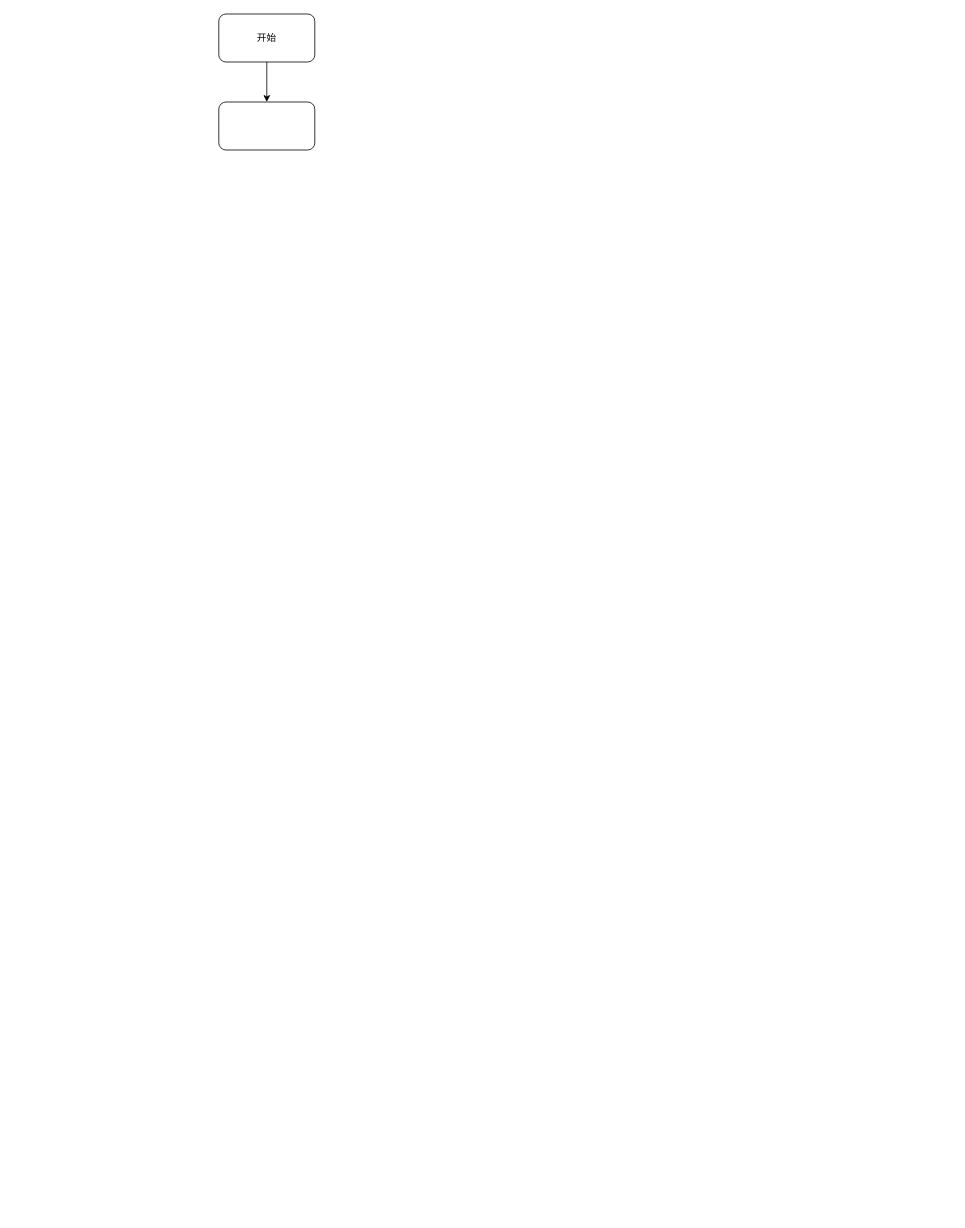
Before: 23113400 搜索接推荐理由 服务端技术文档.drawio in ETHAN0430/draw.io.repo, a draw.io diagram. Source tidied: cells renumbered, new cells numbered last; positions are measured from the earlier drawing's top-left corner, leaving out a move shared by most shapes. Both pictures are drawn from the tidied source at 80%, with x=0, y=0 at pixel (218, 14).
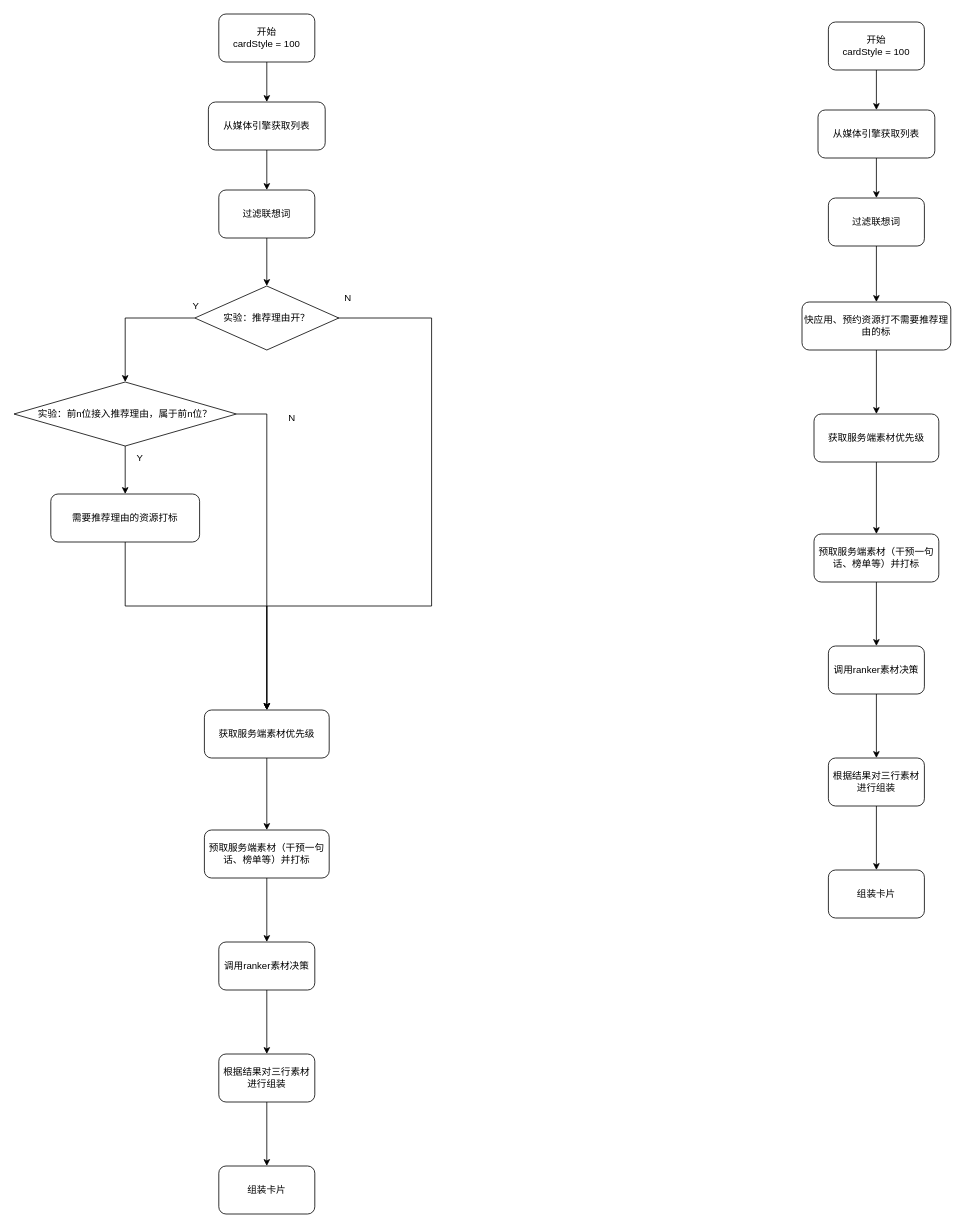
Above is the later version.

Commit message (it also covers changes not shown here):
更新23113400 搜索接推荐理由 服务端技术文档.drawio

Diff of the diagram source:
```diff
@@
-    <mxCell id="3" value="开始" style="rounded=1;whiteSpace=wrap;html=1;" parent="1" vertex="1">
+    <mxCell id="3" value="开始&lt;br&gt;cardStyle = 100" style="rounded=1;whiteSpace=wrap;html=1;" parent="1" vertex="1">
       <mxGeometry width="120" height="60" as="geometry" />
     </mxCell>
+    <mxCell id="5" style="edgeStyle=orthogonalEdgeStyle;rounded=0;jettySize=auto;html=1;" parent="1" edge="1" source="4" target="7">
+      <mxGeometry relative="1" as="geometry" />
+    </mxCell>
-    <mxCell id="4" style="whiteSpace=wrap;html=1;rounded=1;" parent="1" vertex="1">
-      <mxGeometry y="110" width="120" height="60" as="geometry" />
+    <mxCell id="4" value="从媒体引擎获取列表" style="whiteSpace=wrap;html=1;rounded=1;" parent="1" vertex="1">
+      <mxGeometry x="-13" y="110" width="146" height="60" as="geometry" />
     </mxCell>
+    <mxCell id="6" style="edgeStyle=orthogonalEdgeStyle;rounded=0;jettySize=auto;html=1;entryX=0.5;entryY=0;entryDx=0;entryDy=0;" parent="1" edge="1" source="7" target="14">
+      <mxGeometry relative="1" as="geometry" />
+    </mxCell>
+    <mxCell id="7" value="过滤联想词" style="whiteSpace=wrap;html=1;rounded=1;" parent="1" vertex="1">
+      <mxGeometry y="220" width="120" height="60" as="geometry" />
+    </mxCell>
+    <mxCell id="8" style="edgeStyle=orthogonalEdgeStyle;rounded=0;jettySize=auto;html=1;entryX=0.5;entryY=0;entryDx=0;entryDy=0;" parent="1" edge="1" target="12">
+      <mxGeometry relative="1" as="geometry">
+        <mxPoint x="60" y="420" as="sourcePoint" />
+        <Array as="points">
+          <mxPoint x="60" y="380" />
+          <mxPoint x="266" y="380" />
+          <mxPoint x="266" y="740" />
+          <mxPoint x="60" y="740" />
+        </Array>
+      </mxGeometry>
+    </mxCell>
+    <mxCell id="9" style="edgeStyle=orthogonalEdgeStyle;rounded=0;jettySize=auto;html=1;entryX=0.5;entryY=0;entryDx=0;entryDy=0;" parent="1" edge="1" source="10" target="12">
+      <mxGeometry relative="1" as="geometry">
+        <Array as="points">
+          <mxPoint x="-117" y="740" />
+          <mxPoint x="60" y="740" />
+        </Array>
+      </mxGeometry>
+    </mxCell>
+    <mxCell id="10" value="需要推荐理由的资源打标" style="whiteSpace=wrap;html=1;rounded=1;" parent="1" vertex="1">
+      <mxGeometry x="-210" y="600" width="186" height="60" as="geometry" />
+    </mxCell>
+    <mxCell id="11" style="edgeStyle=orthogonalEdgeStyle;rounded=0;jettySize=auto;html=1;entryX=0.5;entryY=0;entryDx=0;entryDy=0;" parent="1" edge="1" source="12" target="23">
+      <mxGeometry relative="1" as="geometry" />
+    </mxCell>
+    <mxCell id="12" value="获取服务端素材优先级" style="whiteSpace=wrap;html=1;rounded=1;" parent="1" vertex="1">
+      <mxGeometry x="-18" y="870" width="156" height="60" as="geometry" />
+    </mxCell>
+    <mxCell id="13" style="edgeStyle=orthogonalEdgeStyle;rounded=0;jettySize=auto;html=1;entryX=0.5;entryY=0;entryDx=0;entryDy=0;" parent="1" edge="1" source="14" target="17">
+      <mxGeometry relative="1" as="geometry">
+        <Array as="points">
+          <mxPoint x="-117" y="380" />
+        </Array>
+      </mxGeometry>
+    </mxCell>
+    <mxCell id="14" value="实验：推荐理由开？" style="rhombus;whiteSpace=wrap;html=1;" parent="1" vertex="1">
+      <mxGeometry x="-30" y="340" width="180" height="80" as="geometry" />
+    </mxCell>
+    <mxCell id="15" style="edgeStyle=orthogonalEdgeStyle;rounded=0;jettySize=auto;html=1;entryX=0.5;entryY=0;entryDx=0;entryDy=0;" parent="1" edge="1" source="17" target="12">
+      <mxGeometry relative="1" as="geometry">
+        <Array as="points">
+          <mxPoint x="60" y="580" />
+          <mxPoint x="60" y="580" />
+        </Array>
+      </mxGeometry>
+    </mxCell>
+    <mxCell id="16" style="edgeStyle=orthogonalEdgeStyle;rounded=0;jettySize=auto;html=1;entryX=0.5;entryY=0;entryDx=0;entryDy=0;" parent="1" edge="1" source="17" target="10">
+      <mxGeometry relative="1" as="geometry" />
+    </mxCell>
+    <mxCell id="17" value="实验：前n位接入推荐理由，属于前n位？" style="rhombus;whiteSpace=wrap;html=1;" parent="1" vertex="1">
+      <mxGeometry x="-256" y="460" width="278" height="80" as="geometry" />
+    </mxCell>
+    <mxCell id="18" value="Y" style="text;html=1;align=center;verticalAlign=middle;strokeColor=none;fillColor=none;" parent="1" vertex="1">
+      <mxGeometry x="-44" y="350" width="30" height="30" as="geometry" />
+    </mxCell>
+    <mxCell id="19" value="Y" style="text;html=1;align=center;verticalAlign=middle;strokeColor=none;fillColor=none;" parent="1" vertex="1">
+      <mxGeometry x="-114" y="540" width="30" height="30" as="geometry" />
+    </mxCell>
+    <mxCell id="20" value="N" style="text;html=1;align=center;verticalAlign=middle;strokeColor=none;fillColor=none;" parent="1" vertex="1">
+      <mxGeometry x="146" y="340" width="30" height="30" as="geometry" />
+    </mxCell>
+    <mxCell id="21" value="N" style="text;html=1;align=center;verticalAlign=middle;strokeColor=none;fillColor=none;" parent="1" vertex="1">
+      <mxGeometry x="76" y="490" width="30" height="30" as="geometry" />
+    </mxCell>
+    <mxCell id="22" style="edgeStyle=orthogonalEdgeStyle;rounded=0;jettySize=auto;html=1;" parent="1" edge="1" source="23" target="25">
+      <mxGeometry relative="1" as="geometry" />
+    </mxCell>
+    <mxCell id="23" value="预取服务端素材（干预一句话、榜单等）并打标" style="whiteSpace=wrap;html=1;rounded=1;" parent="1" vertex="1">
+      <mxGeometry x="-18" y="1020" width="156" height="60" as="geometry" />
+    </mxCell>
+    <mxCell id="24" style="edgeStyle=orthogonalEdgeStyle;rounded=0;jettySize=auto;html=1;" parent="1" edge="1" source="25" target="27">
+      <mxGeometry relative="1" as="geometry" />
+    </mxCell>
+    <mxCell id="25" value="调用ranker素材决策" style="whiteSpace=wrap;html=1;rounded=1;" parent="1" vertex="1">
+      <mxGeometry y="1160" width="120" height="60" as="geometry" />
+    </mxCell>
+    <mxCell id="26" style="edgeStyle=orthogonalEdgeStyle;rounded=0;jettySize=auto;html=1;" parent="1" edge="1" source="27" target="28">
+      <mxGeometry relative="1" as="geometry" />
+    </mxCell>
+    <mxCell id="27" value="根据结果对三行素材进行组装" style="whiteSpace=wrap;html=1;rounded=1;" parent="1" vertex="1">
+      <mxGeometry y="1300" width="120" height="60" as="geometry" />
+    </mxCell>
+    <mxCell id="28" value="组装卡片" style="whiteSpace=wrap;html=1;rounded=1;" parent="1" vertex="1">
+      <mxGeometry y="1440" width="120" height="60" as="geometry" />
+    </mxCell>
+    <mxCell id="29" style="edgeStyle=orthogonalEdgeStyle;rounded=0;jettySize=auto;html=1;" parent="1" edge="1" source="30" target="32">
+      <mxGeometry relative="1" as="geometry" />
+    </mxCell>
+    <mxCell id="30" value="开始&lt;br&gt;cardStyle = 100" style="rounded=1;whiteSpace=wrap;html=1;" parent="1" vertex="1">
+      <mxGeometry x="762" y="10" width="120" height="60" as="geometry" />
+    </mxCell>
+    <mxCell id="31" style="edgeStyle=orthogonalEdgeStyle;rounded=0;jettySize=auto;html=1;" parent="1" edge="1" source="32" target="34">
+      <mxGeometry relative="1" as="geometry" />
+    </mxCell>
+    <mxCell id="32" value="从媒体引擎获取列表" style="whiteSpace=wrap;html=1;rounded=1;" parent="1" vertex="1">
+      <mxGeometry x="749" y="120" width="146" height="60" as="geometry" />
+    </mxCell>
+    <mxCell id="33" style="edgeStyle=orthogonalEdgeStyle;rounded=0;jettySize=auto;html=1;entryX=0.5;entryY=0;entryDx=0;entryDy=0;" parent="1" edge="1" source="34" target="36">
+      <mxGeometry relative="1" as="geometry" />
+    </mxCell>
+    <mxCell id="34" value="过滤联想词" style="whiteSpace=wrap;html=1;rounded=1;" parent="1" vertex="1">
+      <mxGeometry x="762" y="230" width="120" height="60" as="geometry" />
+    </mxCell>
+    <mxCell id="35" style="edgeStyle=orthogonalEdgeStyle;rounded=0;jettySize=auto;html=1;entryX=0.5;entryY=0;entryDx=0;entryDy=0;" parent="1" edge="1" source="36" target="38">
+      <mxGeometry relative="1" as="geometry" />
+    </mxCell>
+    <mxCell id="36" value="快应用、预约资源打不需要推荐理由的标" style="whiteSpace=wrap;html=1;rounded=1;" parent="1" vertex="1">
+      <mxGeometry x="729" y="360" width="186" height="60" as="geometry" />
+    </mxCell>
+    <mxCell id="37" style="edgeStyle=orthogonalEdgeStyle;rounded=0;jettySize=auto;html=1;entryX=0.5;entryY=0;entryDx=0;entryDy=0;" parent="1" edge="1" source="38" target="40">
+      <mxGeometry relative="1" as="geometry" />
+    </mxCell>
+    <mxCell id="38" value="获取服务端素材优先级" style="whiteSpace=wrap;html=1;rounded=1;" parent="1" vertex="1">
+      <mxGeometry x="744" y="500" width="156" height="60" as="geometry" />
+    </mxCell>
+    <mxCell id="39" style="edgeStyle=orthogonalEdgeStyle;rounded=0;jettySize=auto;html=1;" parent="1" edge="1" source="40" target="42">
+      <mxGeometry relative="1" as="geometry" />
+    </mxCell>
+    <mxCell id="40" value="预取服务端素材（干预一句话、榜单等）并打标" style="whiteSpace=wrap;html=1;rounded=1;" parent="1" vertex="1">
+      <mxGeometry x="744" y="650" width="156" height="60" as="geometry" />
+    </mxCell>
+    <mxCell id="41" style="edgeStyle=orthogonalEdgeStyle;rounded=0;jettySize=auto;html=1;" parent="1" edge="1" source="42" target="44">
+      <mxGeometry relative="1" as="geometry" />
+    </mxCell>
+    <mxCell id="42" value="调用ranker素材决策" style="whiteSpace=wrap;html=1;rounded=1;" parent="1" vertex="1">
+      <mxGeometry x="762" y="790" width="120" height="60" as="geometry" />
+    </mxCell>
+    <mxCell id="43" style="edgeStyle=orthogonalEdgeStyle;rounded=0;jettySize=auto;html=1;" parent="1" edge="1" source="44" target="45">
+      <mxGeometry relative="1" as="geometry" />
+    </mxCell>
+    <mxCell id="44" value="根据结果对三行素材进行组装" style="whiteSpace=wrap;html=1;rounded=1;" parent="1" vertex="1">
+      <mxGeometry x="762" y="930" width="120" height="60" as="geometry" />
+    </mxCell>
+    <mxCell id="45" value="组装卡片" style="whiteSpace=wrap;html=1;rounded=1;" parent="1" vertex="1">
+      <mxGeometry x="762" y="1070" width="120" height="60" as="geometry" />
+    </mxCell>
```
